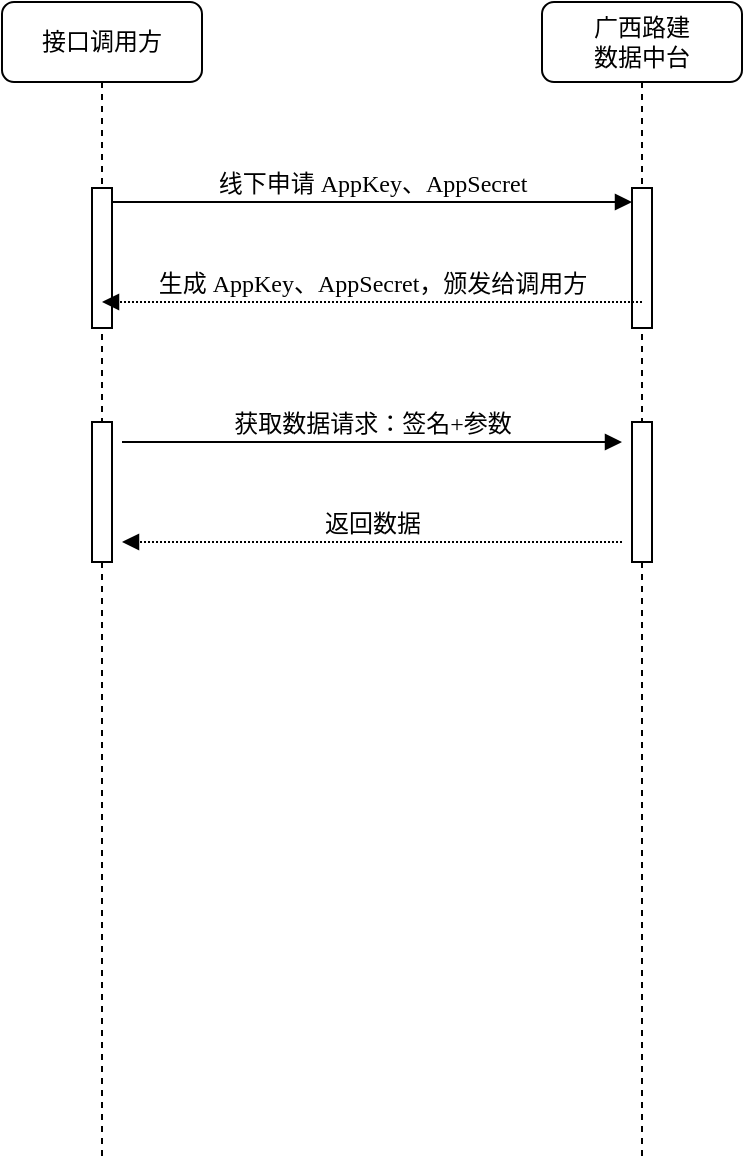
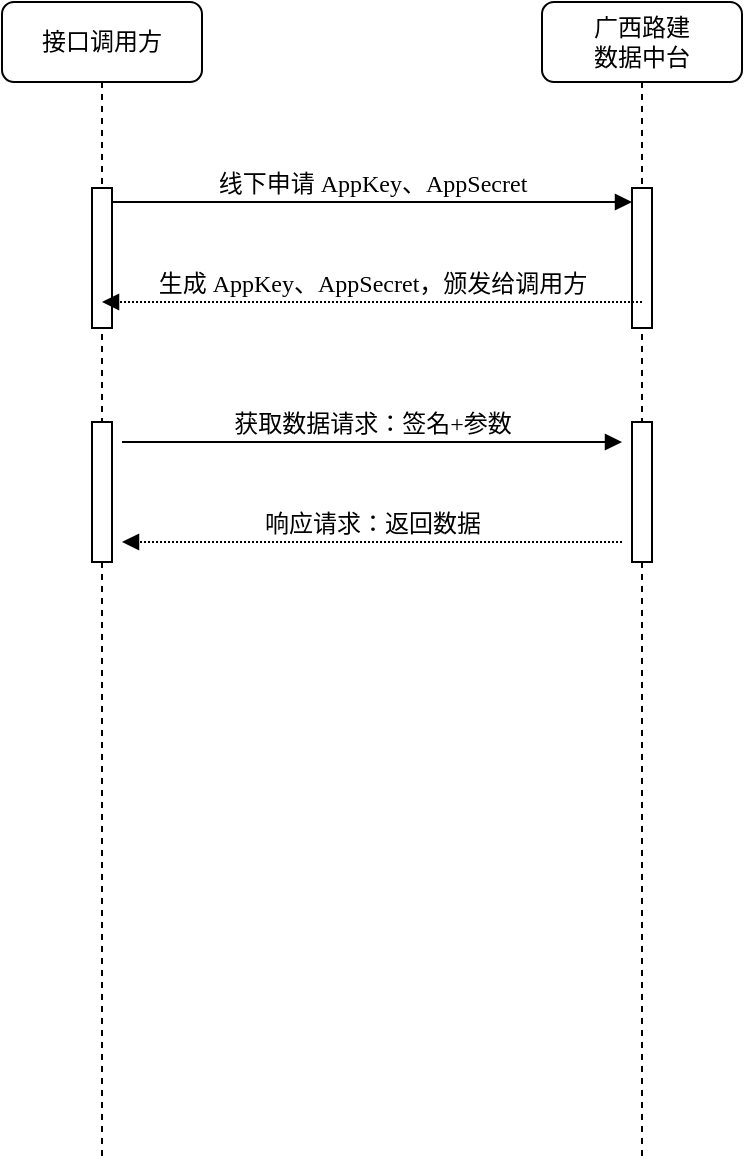
<mxfile host="app.diagrams.net" agent="5.0 (Windows NT 10.0; Win64; x64) AppleWebKit/537.36 (KHTML, like Gecko) Chrome/90.0.4430.212 Safari/537.36">
  <diagram name="Page-1" id="13e1069c-82ec-6db2-03f1-153e76fe0fe0">
    <mxGraphModel dx="579" dy="262" grid="1" gridSize="10" guides="1" tooltips="1" connect="1" arrows="1" fold="1" page="1" pageScale="1" pageWidth="1100" pageHeight="850" background="none" math="0" shadow="0">
      <root>
        <mxCell id="0" />
        <mxCell id="1" parent="0" />
        <mxCell id="7baba1c4bc27f4b0-2" parent="1" style="shape=umlLifeline;perimeter=lifelinePerimeter;whiteSpace=wrap;html=1;container=1;collapsible=0;recursiveResize=0;outlineConnect=0;rounded=1;shadow=0;comic=0;labelBackgroundColor=none;strokeWidth=1;fontFamily=Verdana;fontSize=12;align=center;" value="广西路建&lt;div&gt;数据中台&lt;/div&gt;" vertex="1">
          <mxGeometry height="580" width="100" x="370" y="80" as="geometry" />
        </mxCell>
        <mxCell id="7baba1c4bc27f4b0-10" parent="7baba1c4bc27f4b0-2" style="html=1;points=[];perimeter=orthogonalPerimeter;rounded=0;shadow=0;comic=0;labelBackgroundColor=none;strokeWidth=1;fontFamily=Verdana;fontSize=12;align=center;" value="" vertex="1">
          <mxGeometry height="70" width="10" x="45" y="93" as="geometry" />
        </mxCell>
        <mxCell id="HVjiBSM-SndkO614d8rT-5" parent="7baba1c4bc27f4b0-2" style="html=1;points=[];perimeter=orthogonalPerimeter;rounded=0;shadow=0;comic=0;labelBackgroundColor=none;strokeWidth=1;fontFamily=Verdana;fontSize=12;align=center;" value="" vertex="1">
          <mxGeometry height="70" width="10" x="45" y="210" as="geometry" />
        </mxCell>
        <mxCell id="7baba1c4bc27f4b0-8" parent="1" style="shape=umlLifeline;perimeter=lifelinePerimeter;whiteSpace=wrap;html=1;container=1;collapsible=0;recursiveResize=0;outlineConnect=0;rounded=1;shadow=0;comic=0;labelBackgroundColor=none;strokeWidth=1;fontFamily=Verdana;fontSize=12;align=center;" value="接口调用方" vertex="1">
          <mxGeometry height="580" width="100" x="100" y="80" as="geometry" />
        </mxCell>
        <mxCell id="7baba1c4bc27f4b0-9" parent="7baba1c4bc27f4b0-8" style="html=1;points=[];perimeter=orthogonalPerimeter;rounded=0;shadow=0;comic=0;labelBackgroundColor=none;strokeWidth=1;fontFamily=Verdana;fontSize=12;align=center;" value="" vertex="1">
          <mxGeometry height="70" width="10" x="45" y="93" as="geometry" />
        </mxCell>
        <mxCell id="HVjiBSM-SndkO614d8rT-4" parent="7baba1c4bc27f4b0-8" style="html=1;points=[];perimeter=orthogonalPerimeter;rounded=0;shadow=0;comic=0;labelBackgroundColor=none;strokeWidth=1;fontFamily=Verdana;fontSize=12;align=center;" value="" vertex="1">
          <mxGeometry height="70" width="10" x="45" y="210" as="geometry" />
        </mxCell>
        <mxCell id="7baba1c4bc27f4b0-11" edge="1" parent="1" style="html=1;verticalAlign=bottom;endArrow=block;entryX=0;entryY=0;labelBackgroundColor=none;fontFamily=Verdana;fontSize=12;edgeStyle=elbowEdgeStyle;elbow=vertical;" value="线下申请 AppKey、AppSecret">
          <mxGeometry relative="1" as="geometry">
            <mxPoint x="155" y="180" as="sourcePoint" />
            <mxPoint x="415" y="180" as="targetPoint" />
          </mxGeometry>
        </mxCell>
        <mxCell id="HVjiBSM-SndkO614d8rT-3" edge="1" parent="1" style="html=1;verticalAlign=bottom;endArrow=block;labelBackgroundColor=none;fontFamily=Verdana;fontSize=12;edgeStyle=elbowEdgeStyle;elbow=vertical;entryX=0.5;entryY=0.957;entryDx=0;entryDy=0;entryPerimeter=0;dashed=1;dashPattern=1 1;exitX=0.5;exitY=0.957;exitDx=0;exitDy=0;exitPerimeter=0;" value="生成 AppKey、AppSecret，颁发给调用方">
          <mxGeometry relative="1" as="geometry">
            <mxPoint x="420" y="229.98999999999995" as="sourcePoint" />
            <mxPoint x="150" y="229.98999999999995" as="targetPoint" />
          </mxGeometry>
        </mxCell>
        <mxCell id="HVjiBSM-SndkO614d8rT-6" edge="1" parent="1" style="html=1;verticalAlign=bottom;endArrow=block;labelBackgroundColor=none;fontFamily=Verdana;fontSize=12;edgeStyle=elbowEdgeStyle;elbow=vertical;" value="获取数据请求：签名+参数">
          <mxGeometry relative="1" as="geometry">
            <mxPoint x="160" y="300" as="sourcePoint" />
            <mxPoint x="410" y="300" as="targetPoint" />
          </mxGeometry>
        </mxCell>
-         <mxCell id="HVjiBSM-SndkO614d8rT-7" edge="1" parent="1" style="html=1;verticalAlign=bottom;endArrow=block;labelBackgroundColor=none;fontFamily=Verdana;fontSize=12;edgeStyle=elbowEdgeStyle;elbow=vertical;entryX=0.5;entryY=0.957;entryDx=0;entryDy=0;entryPerimeter=0;dashed=1;dashPattern=1 1;" value="返回数据">
+         <mxCell id="HVjiBSM-SndkO614d8rT-7" edge="1" parent="1" style="html=1;verticalAlign=bottom;endArrow=block;labelBackgroundColor=none;fontFamily=Verdana;fontSize=12;edgeStyle=elbowEdgeStyle;elbow=vertical;entryX=0.5;entryY=0.957;entryDx=0;entryDy=0;entryPerimeter=0;dashed=1;dashPattern=1 1;" value="响应请求：返回数据">
          <mxGeometry relative="1" as="geometry">
            <mxPoint x="410" y="350" as="sourcePoint" />
            <mxPoint x="160" y="350" as="targetPoint" />
          </mxGeometry>
        </mxCell>
      </root>
    </mxGraphModel>
  </diagram>
</mxfile>
